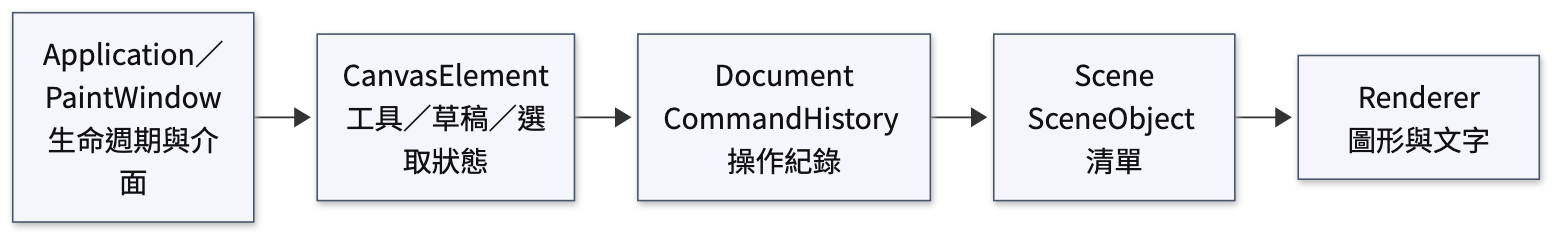
Before: docs/figures/ch03_architecture.png, a diagram exported from Mermaid (YuanOwO/CG-hw1-paint). Its source is kept beside it as docs/figures-src/ch03_architecture.mmd.
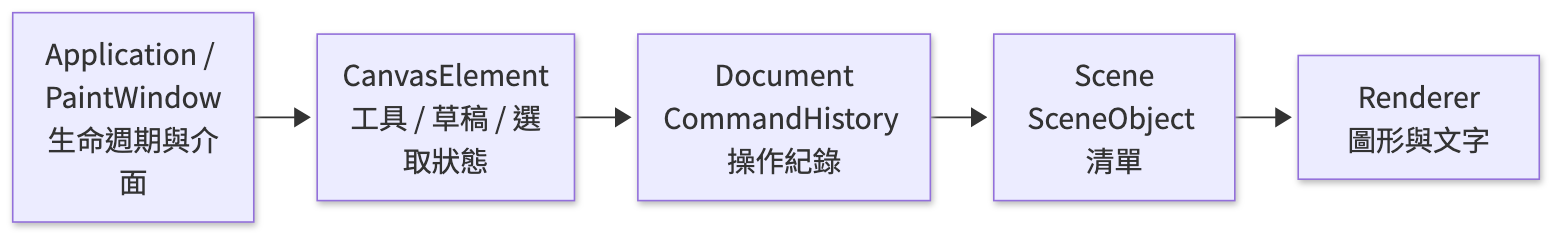
After the commit.

What changed in the source:
```diff
@@ -1,8 +1,5 @@
 flowchart LR
-    window[Application／PaintWindow<br/>生命週期與介面] --> canvas[CanvasElement<br/>工具／草稿／選取狀態]
+    window[Application / PaintWindow<br/>生命週期與介面] --> canvas[CanvasElement<br/>工具 / 草稿 / 選取狀態]
     canvas --> document[Document<br/>CommandHistory 操作紀錄]
     document --> scene[Scene<br/>SceneObject 清單]
     scene --> renderer[Renderer<br/>圖形與文字]
-
-    classDef component fill:#f4f6fb,stroke:#49566b,color:#111,stroke-width:1px;
-    class window,canvas,document,scene,renderer component;
```
